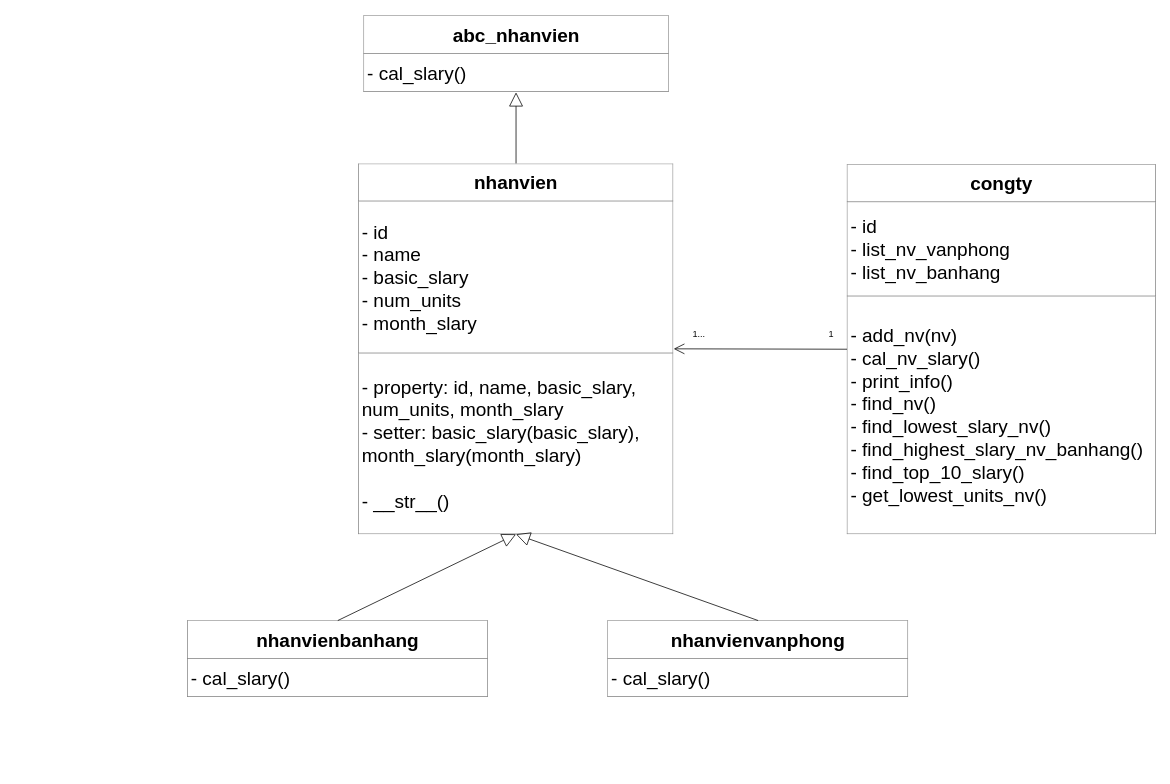
Before: zzz.drawio in ippapi/ml, a draw.io diagram. Source tidied: cells renumbered, new cells numbered last; positions are measured from the earlier drawing's top-left corner, leaving out a move shared by most shapes. Both pictures are drawn from the tidied source at 76%, with x=0, y=0 at pixel (187, 15).
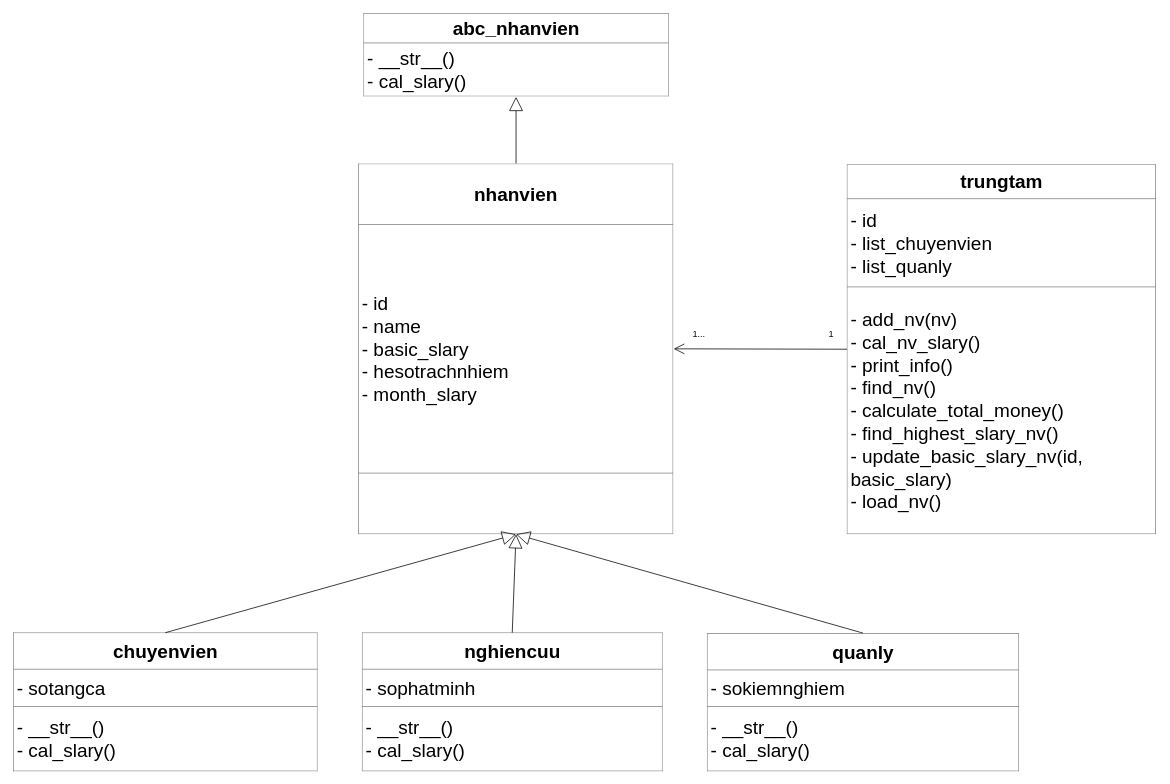
After the change.

Change to the diagram source:
```diff
@@
 <mxGraphModel>
   <root>
     <mxCell id="0" />
     <mxCell id="1" parent="0" />
-    <mxCell id="2" value="&lt;table border=&quot;1&quot; width=&quot;100%&quot; height=&quot;100%&quot; cellpadding=&quot;4&quot; style=&quot;width: 100%; height: 100%; border-collapse: collapse; font-size: 25px;&quot;&gt;&lt;tbody&gt;&lt;tr&gt;&lt;th align=&quot;center&quot;&gt;&lt;font style=&quot;font-size: 25px;&quot;&gt;&lt;b&gt;congty&lt;/b&gt;&lt;/font&gt;&lt;/th&gt;&lt;/tr&gt;&lt;tr align=&quot;left&quot;&gt;&lt;td&gt;&lt;font style=&quot;font-size: 25px;&quot;&gt;- id&lt;br&gt;- list_nv_vanphong&lt;br&gt;- list_nv_banhang&lt;br&gt;&lt;/font&gt;&lt;/td&gt;&lt;/tr&gt;&lt;tr align=&quot;left&quot;&gt;&lt;td&gt;&lt;font style=&quot;font-size: 25px;&quot;&gt;- add_nv(nv)&lt;br&gt;- cal_nv_slary()&lt;br&gt;- print_info()&lt;br&gt;- find_nv()&lt;br&gt;- find_lowest_slary_nv()&lt;br&gt;- find_highest_slary_nv_banhang()&lt;br&gt;- find_top_10_slary()&lt;br&gt;- get_lowest_units_nv()&lt;br&gt;&lt;/font&gt;&lt;/td&gt;&lt;/tr&gt;&lt;/tbody&gt;&lt;/table&gt;" style="text;html=1;whiteSpace=wrap;strokeColor=none;fillColor=none;overflow=fill;" parent="1" vertex="1">
+    <mxCell id="2" value="&lt;table border=&quot;1&quot; width=&quot;100%&quot; height=&quot;100%&quot; cellpadding=&quot;4&quot; style=&quot;width: 100%; height: 100%; border-collapse: collapse; font-size: 25px;&quot;&gt;&lt;tbody&gt;&lt;tr&gt;&lt;th align=&quot;center&quot;&gt;&lt;font style=&quot;font-size: 25px;&quot;&gt;&lt;b&gt;trungtam&lt;/b&gt;&lt;/font&gt;&lt;/th&gt;&lt;/tr&gt;&lt;tr align=&quot;left&quot;&gt;&lt;td&gt;&lt;font style=&quot;font-size: 25px;&quot;&gt;- id&lt;br&gt;- list_chuyenvien&lt;br&gt;- list_quanly&lt;br&gt;&lt;/font&gt;&lt;/td&gt;&lt;/tr&gt;&lt;tr align=&quot;left&quot;&gt;&lt;td&gt;&lt;font style=&quot;font-size: 25px;&quot;&gt;- add_nv(nv)&lt;br&gt;- cal_nv_slary()&lt;br&gt;- print_info()&lt;br&gt;- find_nv()&lt;br&gt;- calculate_total_money()&lt;br&gt;- find_highest_slary_nv()&lt;br&gt;- update_basic_slary_nv(id, basic_slary)&lt;br&gt;- load_nv()&lt;br&gt;&lt;/font&gt;&lt;/td&gt;&lt;/tr&gt;&lt;/tbody&gt;&lt;/table&gt;" style="text;html=1;whiteSpace=wrap;strokeColor=none;fillColor=none;overflow=fill;" parent="1" vertex="1">
       <mxGeometry x="868" y="195.5" width="407" height="487" as="geometry" />
     </mxCell>
-    <mxCell id="3" value="&lt;table border=&quot;1&quot; width=&quot;100%&quot; height=&quot;100%&quot; cellpadding=&quot;4&quot; style=&quot;width: 100%; height: 100%; border-collapse: collapse; font-size: 25px;&quot;&gt;&lt;tbody&gt;&lt;tr&gt;&lt;th align=&quot;center&quot;&gt;abc_nhanvien&lt;/th&gt;&lt;/tr&gt;&lt;tr align=&quot;left&quot;&gt;&lt;td&gt;&lt;font style=&quot;font-size: 25px;&quot;&gt;- cal_slary()&lt;br&gt;&lt;/font&gt;&lt;/td&gt;&lt;/tr&gt;&lt;/tbody&gt;&lt;/table&gt;" style="text;html=1;whiteSpace=wrap;strokeColor=none;fillColor=none;overflow=fill;" parent="1" vertex="1">
-      <mxGeometry x="231.5" width="402" height="101" as="geometry" />
+    <mxCell id="3" value="&lt;table border=&quot;1&quot; width=&quot;100%&quot; height=&quot;100%&quot; cellpadding=&quot;4&quot; style=&quot;width: 100%; height: 100%; border-collapse: collapse; font-size: 25px;&quot;&gt;&lt;tbody&gt;&lt;tr&gt;&lt;th align=&quot;center&quot;&gt;abc_nhanvien&lt;/th&gt;&lt;/tr&gt;&lt;tr align=&quot;left&quot;&gt;&lt;td&gt;&lt;font style=&quot;font-size: 25px;&quot;&gt;- __str__()&lt;br&gt;- cal_slary()&lt;br&gt;&lt;/font&gt;&lt;/td&gt;&lt;/tr&gt;&lt;/tbody&gt;&lt;/table&gt;" style="text;html=1;whiteSpace=wrap;strokeColor=none;fillColor=none;overflow=fill;" parent="1" vertex="1">
+      <mxGeometry x="231.5" y="-3" width="402" height="110" as="geometry" />
     </mxCell>
-    <mxCell id="4" value="&lt;table border=&quot;1&quot; width=&quot;100%&quot; height=&quot;100%&quot; cellpadding=&quot;4&quot; style=&quot;width: 100%; height: 100%; border-collapse: collapse; font-size: 25px;&quot;&gt;&lt;tbody&gt;&lt;tr&gt;&lt;th align=&quot;center&quot;&gt;&lt;font style=&quot;font-size: 25px;&quot;&gt;&lt;b&gt;nhanvien&lt;/b&gt;&lt;/font&gt;&lt;/th&gt;&lt;/tr&gt;&lt;tr align=&quot;left&quot;&gt;&lt;td&gt;&lt;font style=&quot;font-size: 25px;&quot;&gt;- id&lt;br&gt;- name&lt;br&gt;- basic_slary&lt;br&gt;- num_units&lt;br&gt;- month_slary&lt;br&gt;&lt;/font&gt;&lt;/td&gt;&lt;/tr&gt;&lt;tr align=&quot;left&quot;&gt;&lt;td&gt;&lt;font style=&quot;font-size: 25px;&quot;&gt;- property: id, name, basic_slary, num_units, month_slary&lt;br&gt;- setter: basic_slary(basic_slary), month_slary(month_slary)&lt;br&gt;&lt;br&gt;- __str__()&lt;br&gt;&lt;/font&gt;&lt;/td&gt;&lt;/tr&gt;&lt;/tbody&gt;&lt;/table&gt;" style="text;html=1;whiteSpace=wrap;strokeColor=none;fillColor=none;overflow=fill;" parent="1" vertex="1">
+    <mxCell id="4" value="&lt;table border=&quot;1&quot; width=&quot;100%&quot; height=&quot;100%&quot; cellpadding=&quot;4&quot; style=&quot;width: 100%; height: 100%; border-collapse: collapse; font-size: 25px;&quot;&gt;&lt;tbody&gt;&lt;tr&gt;&lt;th align=&quot;center&quot;&gt;&lt;font style=&quot;font-size: 25px;&quot;&gt;&lt;b&gt;nhanvien&lt;/b&gt;&lt;/font&gt;&lt;/th&gt;&lt;/tr&gt;&lt;tr align=&quot;left&quot;&gt;&lt;td&gt;&lt;font style=&quot;font-size: 25px;&quot;&gt;- id&lt;br&gt;- name&lt;br&gt;- basic_slary&lt;br&gt;- hesotrachnhiem&lt;br&gt;- month_slary&lt;br&gt;&lt;/font&gt;&lt;/td&gt;&lt;/tr&gt;&lt;tr align=&quot;left&quot;&gt;&lt;td&gt;&lt;font style=&quot;font-size: 25px;&quot;&gt;&lt;br&gt;&lt;/font&gt;&lt;/td&gt;&lt;/tr&gt;&lt;/tbody&gt;&lt;/table&gt;" style="text;html=1;whiteSpace=wrap;strokeColor=none;fillColor=none;overflow=fill;" parent="1" vertex="1">
       <mxGeometry x="225" y="194.5" width="415" height="488" as="geometry" />
     </mxCell>
-    <mxCell id="5" value="&lt;table border=&quot;1&quot; width=&quot;100%&quot; height=&quot;100%&quot; cellpadding=&quot;4&quot; style=&quot;width: 100%; height: 100%; border-collapse: collapse; font-size: 25px;&quot;&gt;&lt;tbody&gt;&lt;tr&gt;&lt;th align=&quot;center&quot;&gt;&lt;font style=&quot;font-size: 25px;&quot;&gt;&lt;b&gt;nhanvienbanhang&lt;/b&gt;&lt;/font&gt;&lt;/th&gt;&lt;/tr&gt;&lt;tr align=&quot;left&quot;&gt;&lt;td&gt;&lt;font style=&quot;font-size: 25px;&quot;&gt;- cal_slary()&lt;br&gt;&lt;/font&gt;&lt;/td&gt;&lt;/tr&gt;&lt;/tbody&gt;&lt;/table&gt;" style="text;html=1;whiteSpace=wrap;strokeColor=none;fillColor=none;overflow=fill;" parent="1" vertex="1">
-      <mxGeometry y="796" width="396" height="101" as="geometry" />
+    <mxCell id="5" value="&lt;table border=&quot;1&quot; width=&quot;100%&quot; height=&quot;100%&quot; cellpadding=&quot;4&quot; style=&quot;width: 100%; height: 100%; border-collapse: collapse; font-size: 25px;&quot;&gt;&lt;tbody&gt;&lt;tr&gt;&lt;th align=&quot;center&quot;&gt;&lt;font style=&quot;font-size: 25px;&quot;&gt;&lt;b&gt;chuyenvien&lt;br&gt;&lt;/b&gt;&lt;/font&gt;&lt;/th&gt;&lt;/tr&gt;&lt;tr&gt;&lt;td&gt;- sotangca&lt;br&gt;&lt;/td&gt;&lt;/tr&gt;&lt;tr align=&quot;left&quot;&gt;&lt;td&gt;&lt;font style=&quot;font-size: 25px;&quot;&gt;- __str__()&lt;br&gt;- cal_slary()&lt;br&gt;&lt;/font&gt;&lt;/td&gt;&lt;/tr&gt;&lt;/tbody&gt;&lt;/table&gt;" style="text;html=1;whiteSpace=wrap;strokeColor=none;fillColor=none;overflow=fill;" parent="1" vertex="1">
+      <mxGeometry x="-229.5" y="812" width="401" height="183" as="geometry" />
     </mxCell>
-    <mxCell id="6" value="&lt;table border=&quot;1&quot; width=&quot;100%&quot; height=&quot;100%&quot; cellpadding=&quot;4&quot; style=&quot;width: 100%; height: 100%; border-collapse: collapse; font-size: 25px;&quot;&gt;&lt;tbody&gt;&lt;tr&gt;&lt;th align=&quot;center&quot;&gt;&lt;font style=&quot;font-size: 25px;&quot;&gt;&lt;b&gt;nhanvienvanphong&lt;/b&gt;&lt;/font&gt;&lt;/th&gt;&lt;/tr&gt;&lt;tr align=&quot;left&quot;&gt;&lt;td&gt;&lt;font style=&quot;font-size: 25px;&quot;&gt;- cal_slary()&lt;br&gt;&lt;/font&gt;&lt;/td&gt;&lt;/tr&gt;&lt;/tbody&gt;&lt;/table&gt;" style="text;html=1;whiteSpace=wrap;strokeColor=none;fillColor=none;overflow=fill;" parent="1" vertex="1">
-      <mxGeometry x="553" y="796" width="396" height="101" as="geometry" />
+    <mxCell id="6" value="&lt;table border=&quot;1&quot; width=&quot;100%&quot; height=&quot;100%&quot; cellpadding=&quot;4&quot; style=&quot;width: 100%; height: 100%; border-collapse: collapse; font-size: 25px;&quot;&gt;&lt;tbody&gt;&lt;tr&gt;&lt;th align=&quot;center&quot;&gt;nghiencuu&lt;br&gt;&lt;/th&gt;&lt;/tr&gt;&lt;tr&gt;&lt;td&gt;- sophatminh&lt;br&gt;&lt;/td&gt;&lt;/tr&gt;&lt;tr align=&quot;left&quot;&gt;&lt;td&gt;&lt;font style=&quot;font-size: 25px;&quot;&gt;- __str__()&lt;br&gt;- cal_slary()&lt;br&gt;&lt;/font&gt;&lt;/td&gt;&lt;/tr&gt;&lt;/tbody&gt;&lt;/table&gt;" style="text;html=1;whiteSpace=wrap;strokeColor=none;fillColor=none;overflow=fill;" parent="1" vertex="1">
+      <mxGeometry x="229.5" y="812" width="396" height="183" as="geometry" />
     </mxCell>
     <mxCell id="7" style="endArrow=block;endSize=16;endFill=0;html=1;rounded=0;entryX=0.5;entryY=1;entryDx=0;entryDy=0;exitX=0.5;exitY=0;exitDx=0;exitDy=0;" parent="1" edge="1" source="4" target="3">
       <mxGeometry relative="1" as="geometry" />
     </mxCell>
     <mxCell id="8" style="endArrow=block;endSize=16;endFill=0;html=1;rounded=0;entryX=0.5;entryY=1;entryDx=0;entryDy=0;exitX=0.5;exitY=0;exitDx=0;exitDy=0;" parent="1" edge="1" source="5" target="4">
       <mxGeometry relative="1" as="geometry" />
     </mxCell>
     <mxCell id="9" style="endArrow=block;endSize=16;endFill=0;html=1;rounded=0;entryX=0.5;entryY=1;entryDx=0;entryDy=0;exitX=0.5;exitY=0;exitDx=0;exitDy=0;" parent="1" edge="1" source="6" target="4">
       <mxGeometry relative="1" as="geometry" />
     </mxCell>
     <mxCell id="10" style="endArrow=open;endFill=1;endSize=12;html=1;rounded=0;entryX=1;entryY=0.5;entryDx=0;entryDy=0;exitX=0;exitY=0.5;exitDx=0;exitDy=0;" parent="1" edge="1" source="2" target="4">
       <mxGeometry relative="1" as="geometry" />
     </mxCell>
     <mxCell id="11" value="1" style="text;html=1;align=center;verticalAlign=middle;strokeColor=none;fillColor=none;" parent="1" vertex="1">
       <mxGeometry x="834" y="407" width="25" height="26" as="geometry" />
     </mxCell>
     <mxCell id="12" value="1..." style="text;html=1;align=center;verticalAlign=middle;strokeColor=none;fillColor=none;" parent="1" vertex="1">
       <mxGeometry x="655" y="407" width="35" height="26" as="geometry" />
     </mxCell>
+    <mxCell id="13" value="&lt;table border=&quot;1&quot; width=&quot;100%&quot; height=&quot;100%&quot; cellpadding=&quot;4&quot; style=&quot;width: 100%; height: 100%; border-collapse: collapse; font-size: 25px;&quot;&gt;&lt;tbody&gt;&lt;tr&gt;&lt;th align=&quot;center&quot;&gt;quanly&lt;br&gt;&lt;/th&gt;&lt;/tr&gt;&lt;tr&gt;&lt;td&gt;- sokiemnghiem&lt;br&gt;&lt;/td&gt;&lt;/tr&gt;&lt;tr align=&quot;left&quot;&gt;&lt;td&gt;&lt;font style=&quot;font-size: 25px;&quot;&gt;- __str__()&lt;br&gt;- cal_slary()&lt;br&gt;&lt;/font&gt;&lt;/td&gt;&lt;/tr&gt;&lt;/tbody&gt;&lt;/table&gt;" style="text;html=1;whiteSpace=wrap;strokeColor=none;fillColor=none;overflow=fill;" parent="1" vertex="1">
+      <mxGeometry x="683.5" y="812.5" width="411" height="181.5" as="geometry" />
+    </mxCell>
+    <mxCell id="14" style="endArrow=block;endSize=16;endFill=0;html=1;rounded=0;entryX=0.5;entryY=1;entryDx=0;entryDy=0;exitX=0.5;exitY=0;exitDx=0;exitDy=0;" parent="1" edge="1" source="13" target="4">
+      <mxGeometry relative="1" as="geometry" />
+    </mxCell>
   </root>
 </mxGraphModel>
```
